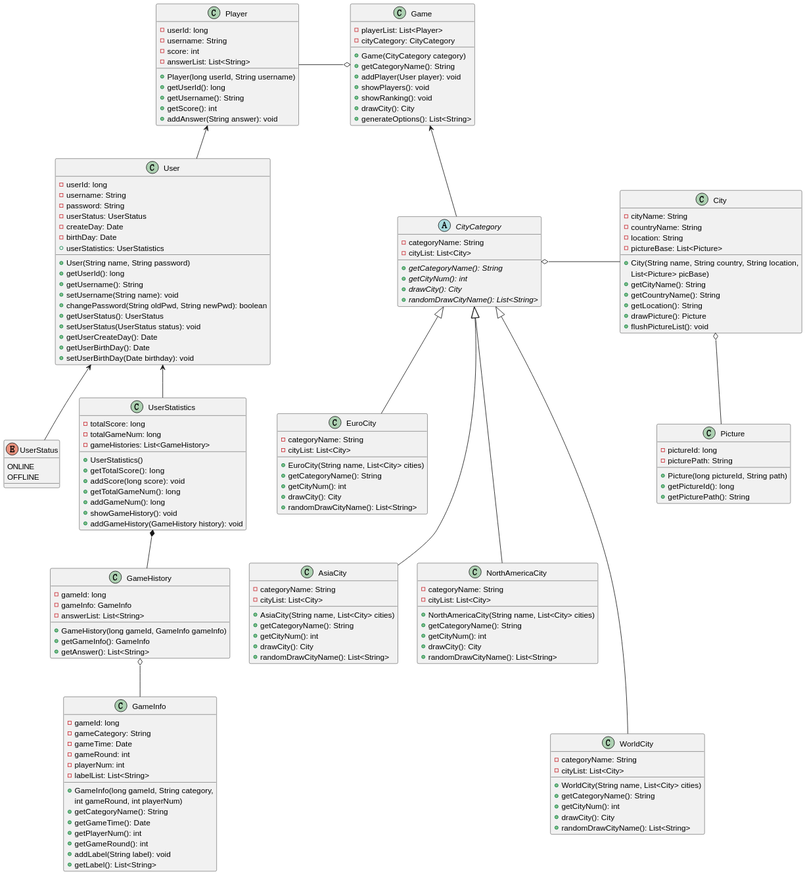
Above: src/uml/GuessCityClass.svg in sopra-fs23-group-32/SoPra23_Server (PlantUML), before the change. The source it was exported from:
```plantuml
@startuml

enum UserStatus {
    ONLINE
    OFFLINE
}

class User {
    - userId: long
    - username: String
    - password: String
    - userStatus: UserStatus
    - createDay: Date
    - birthDay: Date
    + userStatistics: UserStatistics
    + User(String name, String password)
    + getUserId(): long
    + getUsername(): String
    + setUsername(String name): void
    + changePassword(String oldPwd, String newPwd): boolean
    + getUserStatus(): UserStatus
    + setUserStatus(UserStatus status): void
    + getUserCreateDay(): Date
    + getUserBirthDay(): Date
    + setUserBirthDay(Date birthday): void
}

class UserStatistics {
    - totalScore: long
    - totalGameNum: long
    - gameHistories: List<GameHistory>
    + UserStatistics()
    + getTotalScore(): long
    + addScore(long score): void
    + getTotalGameNum(): long
    + addGameNum(): long
    + showGameHistory(): void
    + addGameHistory(GameHistory history): void
}

class GameHistory {
    - gameId: long
    - gameInfo: GameInfo
    - answerList: List<String>
    + GameHistory(long gameId, GameInfo gameInfo)
    + getGameInfo(): GameInfo
    + getAnswer(): List<String>
}

class GameInfo {
    - gameId: long
    - gameCategory: String
    - gameTime: Date
    - gameRound: int
    - playerNum: int
    - labelList: List<String>
    + GameInfo(long gameId, String category,
      int gameRound, int playerNum)
    + getCategoryName(): String
    + getGameTime(): Date
    + getPlayerNum(): int
    + getGameRound(): int
    + addLabel(String label): void
    + getLabel(): List<String>
}

User <-- UserStatistics
User <-- UserStatus
UserStatistics *-- GameHistory
GameHistory o-- GameInfo


class Game {
    - playerList: List<Player>
    - cityCategory: CityCategory
    + Game(CityCategory category)
    + getCategoryName(): String
    + addPlayer(User player): void
    + showPlayers(): void
    + showRanking(): void
    + drawCity(): City
    + generateOptions(): List<String>
}

class Player {
    - userId: long
    - username: String
    - score: int
    - answerList: List<String>
    + Player(long userId, String username)
    + getUserId(): long
    + getUsername(): String
    + getScore(): int
    + addAnswer(String answer): void
}

abstract CityCategory {
    - categoryName: String
    - cityList: List<City>
    + {abstract}getCategoryName(): String
    + {abstract}getCityNum(): int
    + {abstract}drawCity(): City
    + {abstract}randomDrawCityName(): List<String>
}

class City {
    - cityName: String
    - countryName: String
    - location: String
    - pictureBase: List<Picture>
    + City(String name, String country, String location,
      List<Picture> picBase)
    + getCityName(): String
    + getCountryName(): String
    + getLocation(): String
    + drawPicture(): Picture
    + flushPictureList(): void
}

class Picture {
    - pictureId: long
    - picturePath: String
    + Picture(long pictureId, String path)
    + getPictureId(): long
    + getPicturePath(): String
}


Game <-- CityCategory
Player <-- User
Player -o Game
CityCategory o- City

City o-- Picture

class EuroCity {
    - categoryName: String
    - cityList: List<City>
    + EuroCity(String name, List<City> cities)
    + getCategoryName(): String
    + getCityNum(): int
    + drawCity(): City
    + randomDrawCityName(): List<String>
}
class AsiaCity {
    - categoryName: String
    - cityList: List<City>
    + AsiaCity(String name, List<City> cities)
    + getCategoryName(): String
    + getCityNum(): int
    + drawCity(): City
    + randomDrawCityName(): List<String>
}
class NorthAmericaCity {
    - categoryName: String
    - cityList: List<City>
    + NorthAmericaCity(String name, List<City> cities)
    + getCategoryName(): String
    + getCityNum(): int
    + drawCity(): City
    + randomDrawCityName(): List<String>
}
class WorldCity {
    - categoryName: String
    - cityList: List<City>
    + WorldCity(String name, List<City> cities)
    + getCategoryName(): String
    + getCityNum(): int
    + drawCity(): City
    + randomDrawCityName(): List<String>
}

CityCategory <|-- EuroCity
CityCategory <|--- AsiaCity
CityCategory <|--- NorthAmericaCity
CityCategory <|---- WorldCity

@enduml
```
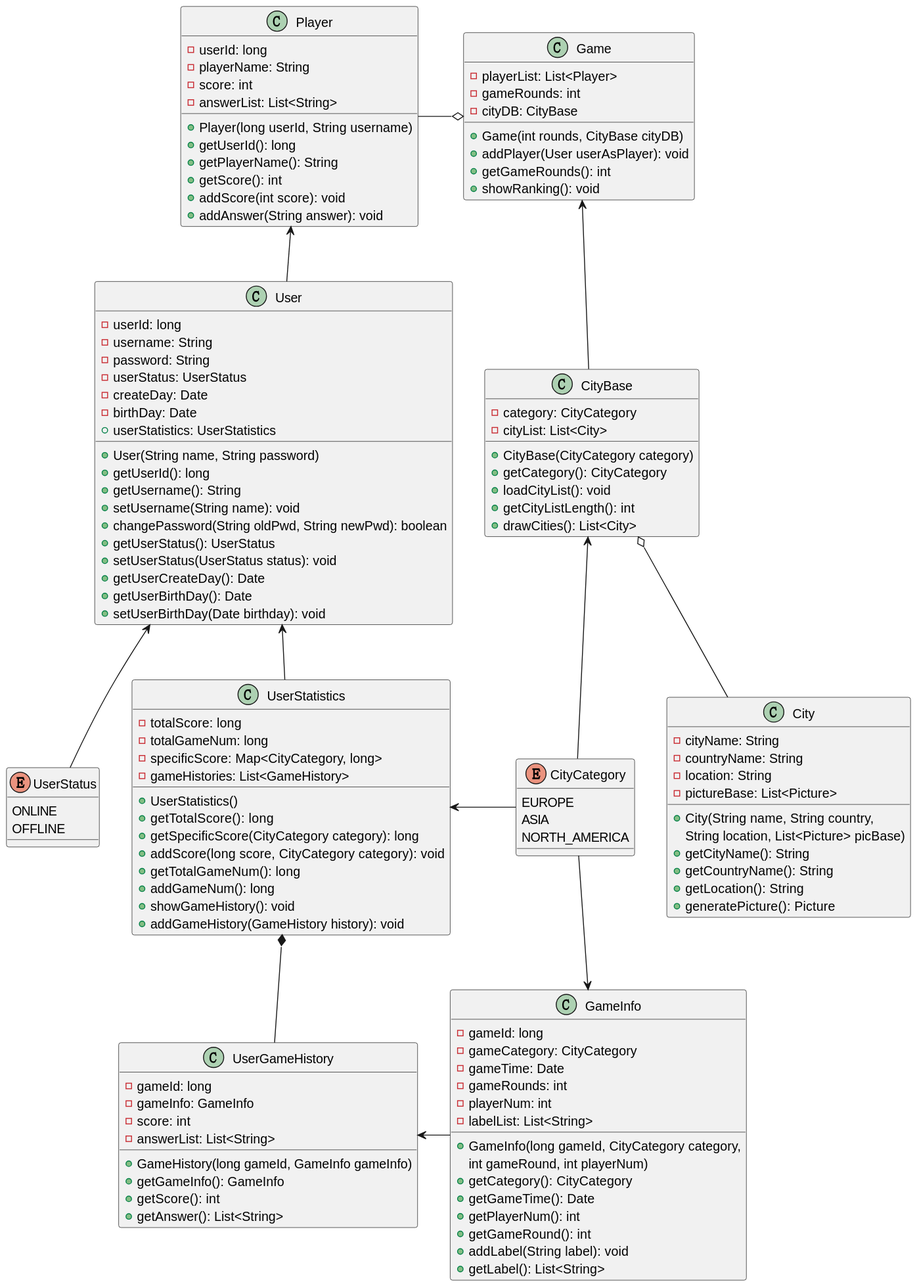
After the change.

What changed in the source:
```diff
@@ -3,6 +3,12 @@
 enum UserStatus {
     ONLINE
     OFFLINE
+}
+
+enum CityCategory {
+    EUROPE
+    ASIA
+    NORTH_AMERICA
 }
 
 class User {
@@ -25,38 +31,80 @@
     + setUserBirthDay(Date birthday): void
 }
 
+class Player {
+    - userId: long
+    - playerName: String
+    - score: int
+    - answerList: List<String>
+    + Player(long userId, String username)
+    + getUserId(): long
+    + getPlayerName(): String
+    + getScore(): int
+    + addScore(int score): void
+    + addAnswer(String answer): void
+}
+
 class UserStatistics {
     - totalScore: long
     - totalGameNum: long
+    - specificScore: Map<CityCategory, long>
     - gameHistories: List<GameHistory>
     + UserStatistics()
     + getTotalScore(): long
-    + addScore(long score): void
+    + getSpecificScore(CityCategory category): long
+    + addScore(long score, CityCategory category): void
     + getTotalGameNum(): long
     + addGameNum(): long
     + showGameHistory(): void
     + addGameHistory(GameHistory history): void
 }
 
-class GameHistory {
+class UserGameHistory {
     - gameId: long
     - gameInfo: GameInfo
+    - score: int
     - answerList: List<String>
     + GameHistory(long gameId, GameInfo gameInfo)
     + getGameInfo(): GameInfo
+    + getScore(): int
     + getAnswer(): List<String>
+}
+
+User <-- UserStatistics
+User <-- UserStatus
+UserStatistics *-- UserGameHistory
+
+
+class Game {
+    - playerList: List<Player>
+    - gameRounds: int
+    - cityDB: CityBase
+    + Game(int rounds, CityBase cityDB)
+    + addPlayer(User userAsPlayer): void
+    + getGameRounds(): int
+    + showRanking(): void
+}
+
+class CityBase {
+    - category: CityCategory
+    - cityList: List<City>
+    + CityBase(CityCategory category)
+    + getCategory(): CityCategory
+    + loadCityList(): void
+    + getCityListLength(): int
+    + drawCities(): List<City>
 }
 
 class GameInfo {
     - gameId: long
-    - gameCategory: String
+    - gameCategory: CityCategory
     - gameTime: Date
-    - gameRound: int
+    - gameRounds: int
     - playerNum: int
     - labelList: List<String>
-    + GameInfo(long gameId, String category,
+    + GameInfo(long gameId, CityCategory category,
       int gameRound, int playerNum)
-    + getCategoryName(): String
+    + getCategory(): CityCategory
     + getGameTime(): Date
     + getPlayerNum(): int
     + getGameRound(): int
@@ -64,115 +112,29 @@
     + getLabel(): List<String>
 }
 
-User <-- UserStatistics
-User <-- UserStatus
-UserStatistics *-- GameHistory
-GameHistory o-- GameInfo
-
-
-class Game {
-    - playerList: List<Player>
-    - cityCategory: CityCategory
-    + Game(CityCategory category)
-    + getCategoryName(): String
-    + addPlayer(User player): void
-    + showPlayers(): void
-    + showRanking(): void
-    + drawCity(): City
-    + generateOptions(): List<String>
-}
-
-class Player {
-    - userId: long
-    - username: String
-    - score: int
-    - answerList: List<String>
-    + Player(long userId, String username)
-    + getUserId(): long
-    + getUsername(): String
-    + getScore(): int
-    + addAnswer(String answer): void
-}
-
-abstract CityCategory {
-    - categoryName: String
-    - cityList: List<City>
-    + {abstract}getCategoryName(): String
-    + {abstract}getCityNum(): int
-    + {abstract}drawCity(): City
-    + {abstract}randomDrawCityName(): List<String>
-}
-
 class City {
     - cityName: String
     - countryName: String
     - location: String
     - pictureBase: List<Picture>
-    + City(String name, String country, String location,
-      List<Picture> picBase)
+    + City(String name, String country,
+      String location, List<Picture> picBase)
     + getCityName(): String
     + getCountryName(): String
     + getLocation(): String
-    + drawPicture(): Picture
-    + flushPictureList(): void
-}
-
-class Picture {
-    - pictureId: long
-    - picturePath: String
-    + Picture(long pictureId, String path)
-    + getPictureId(): long
-    + getPicturePath(): String
+    + generatePicture(): Picture
 }
 
 
-Game <-- CityCategory
 Player <-- User
 Player -o Game
-CityCategory o- City
 
-City o-- Picture
+Game <-- CityBase
+CityBase o-- City
+CityBase <-- CityCategory
+UserStatistics <- CityCategory
+CityCategory --> GameInfo
+UserGameHistory <- GameInfo
 
-class EuroCity {
-    - categoryName: String
-    - cityList: List<City>
-    + EuroCity(String name, List<City> cities)
-    + getCategoryName(): String
-    + getCityNum(): int
-    + drawCity(): City
-    + randomDrawCityName(): List<String>
-}
-class AsiaCity {
-    - categoryName: String
-    - cityList: List<City>
-    + AsiaCity(String name, List<City> cities)
-    + getCategoryName(): String
-    + getCityNum(): int
-    + drawCity(): City
-    + randomDrawCityName(): List<String>
-}
-class NorthAmericaCity {
-    - categoryName: String
-    - cityList: List<City>
-    + NorthAmericaCity(String name, List<City> cities)
-    + getCategoryName(): String
-    + getCityNum(): int
-    + drawCity(): City
-    + randomDrawCityName(): List<String>
-}
-class WorldCity {
-    - categoryName: String
-    - cityList: List<City>
-    + WorldCity(String name, List<City> cities)
-    + getCategoryName(): String
-    + getCityNum(): int
-    + drawCity(): City
-    + randomDrawCityName(): List<String>
-}
-
-CityCategory <|-- EuroCity
-CityCategory <|--- AsiaCity
-CityCategory <|--- NorthAmericaCity
-CityCategory <|---- WorldCity
 
 @enduml
```
